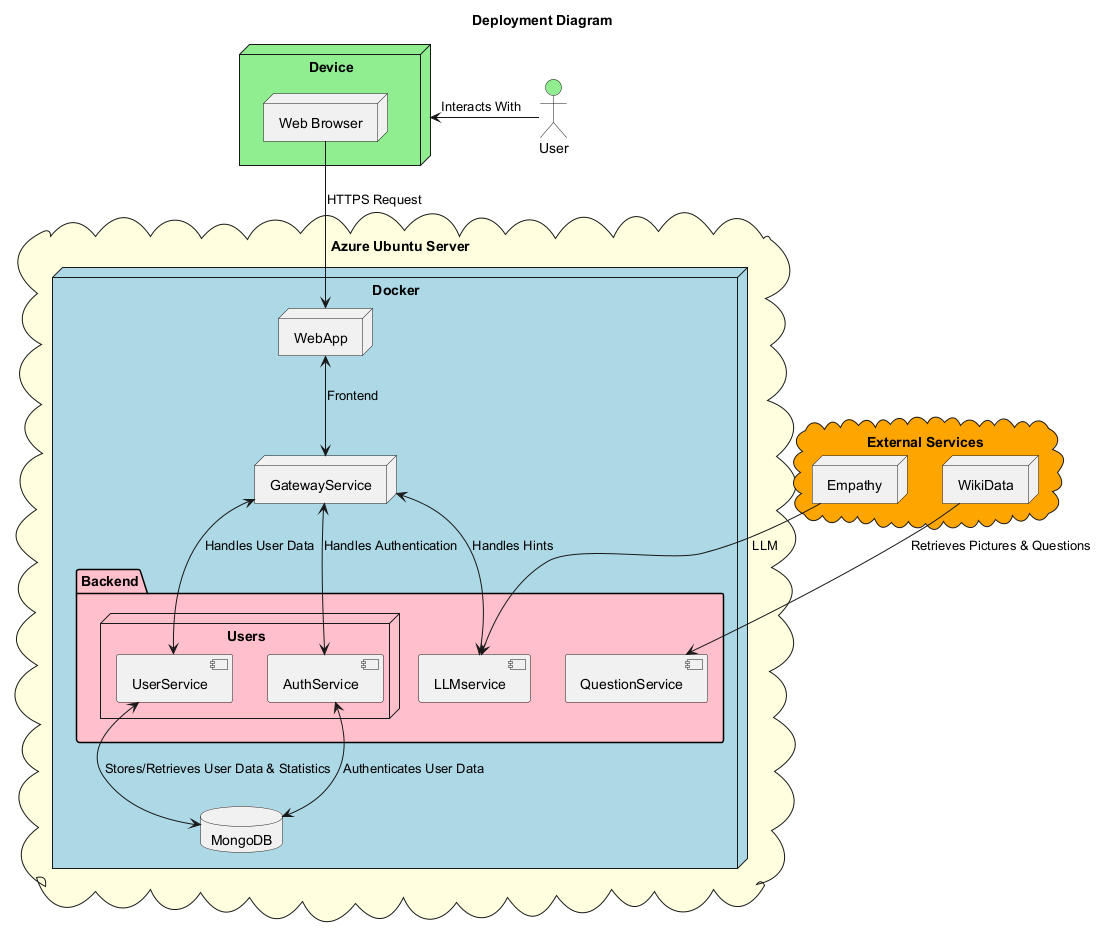
Above: images/Deployment-View.png in Arquisoft/wichat_en3b (PlantUML), before the change.
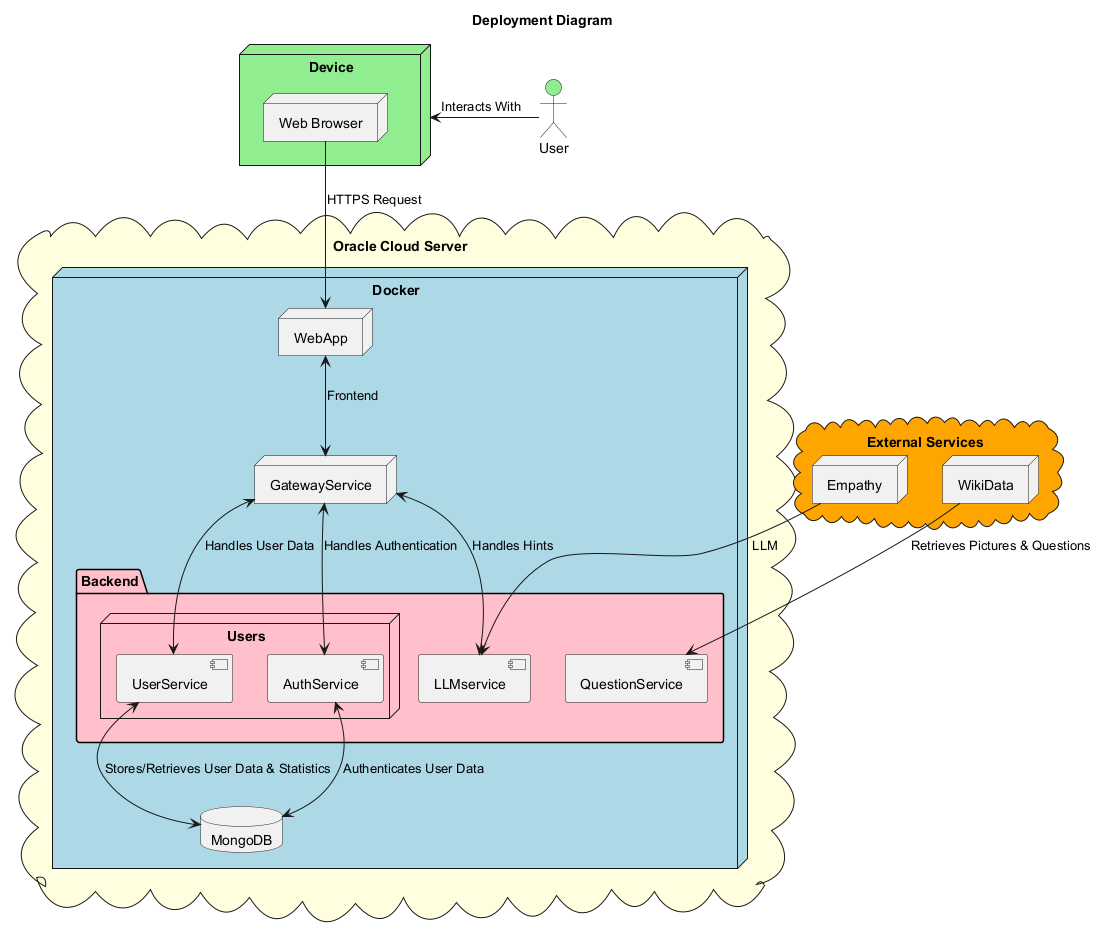
Later version of the same file.

Change to the diagram source:
```diff
@@ -7,7 +7,7 @@
     node "Web Browser" as browser
 }
 
-cloud "Azure Ubuntu Server" as server #lightyellow {
+cloud "Oracle Cloud Server" as server #lightyellow {
     node "Docker" as docker #lightblue {
         node "WebApp" as webapp
         node "GatewayService" as gateway
```
